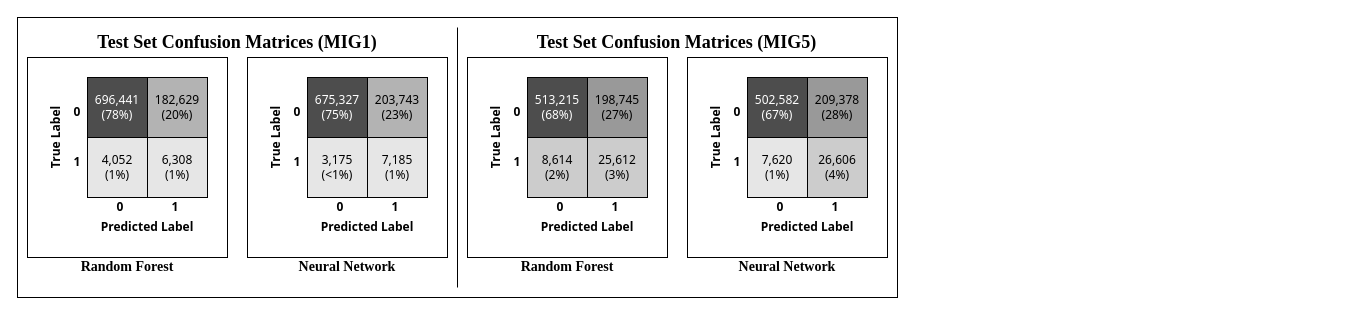
drewgjerstad/mozambique-migration-analysis keeps this draw.io diagram as assets/confusion-matrices.drawio. Above is the earlier version. Source tidied: cells renumbered, new cells numbered last; positions are measured from the earlier drawing's top-left corner, leaving out a move shared by most shapes. Both pictures are drawn from the tidied source at 100%, with x=0, y=0 at pixel (16, 17).
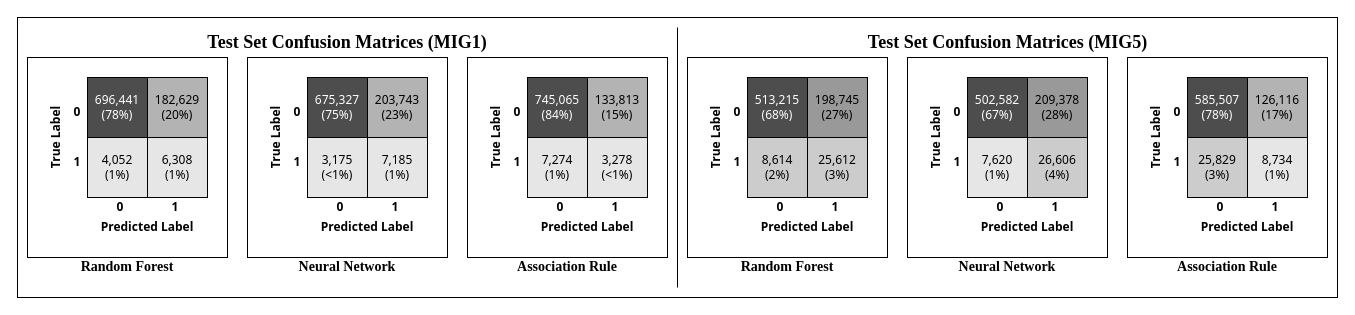
After the change.

Commit message:
Update confusion matrices

Diff of the diagram source:
```diff
@@
     <mxCell id="2" style="whiteSpace=wrap;html=1;" parent="1" vertex="1">
-      <mxGeometry x="1" width="880" height="280" as="geometry" />
+      <mxGeometry x="1" width="1320" height="280" as="geometry" />
     </mxCell>
     <mxCell id="3" style="edgeStyle=none;html=1;endArrow=none;endFill=0;" parent="1" edge="1">
       <mxGeometry relative="1" as="geometry">
-        <mxPoint x="441" y="10" as="sourcePoint" />
-        <mxPoint x="441" y="270" as="targetPoint" />
+        <mxPoint x="661" y="10" as="sourcePoint" />
+        <mxPoint x="661" y="270" as="targetPoint" />
       </mxGeometry>
     </mxCell>
@@
     <mxCell id="6" value="Test Set Confusion Matrices (MIG1)" style="text;strokeColor=none;align=center;fillColor=none;html=1;verticalAlign=middle;whiteSpace=wrap;rounded=0;fontFamily=Times New Roman;fontSize=18;fontColor=default;labelBackgroundColor=none;fontStyle=1;" parent="1" vertex="1">
-      <mxGeometry x="11" y="10" width="420" height="30" as="geometry" />
+      <mxGeometry x="121" y="10" width="420" height="30" as="geometry" />
     </mxCell>
     <mxCell id="7" value="Random Forest" style="text;strokeColor=none;align=center;fillColor=none;html=1;verticalAlign=middle;whiteSpace=wrap;rounded=0;fontFamily=Times New Roman;fontSize=14;fontColor=default;labelBackgroundColor=none;fontStyle=1;" parent="1" vertex="1">
-      <mxGeometry x="451" y="240" width="200" height="20" as="geometry" />
+      <mxGeometry x="671" y="240" width="200" height="20" as="geometry" />
     </mxCell>
     <mxCell id="8" value="Neural Network" style="text;strokeColor=none;align=center;fillColor=none;html=1;verticalAlign=middle;whiteSpace=wrap;rounded=0;fontFamily=Times New Roman;fontSize=14;fontColor=default;labelBackgroundColor=none;fontStyle=1;" parent="1" vertex="1">
-      <mxGeometry x="671" y="240" width="200" height="20" as="geometry" />
+      <mxGeometry x="891" y="240" width="200" height="20" as="geometry" />
     </mxCell>
     <mxCell id="9" value="Test Set Confusion Matrices (MIG5)" style="text;strokeColor=none;align=center;fillColor=none;html=1;verticalAlign=middle;whiteSpace=wrap;rounded=0;fontFamily=Times New Roman;fontSize=18;fontColor=default;labelBackgroundColor=none;fontStyle=1;" parent="1" vertex="1">
-      <mxGeometry x="450.3" y="10" width="420.7" height="30" as="geometry" />
+      <mxGeometry x="780.6" y="10" width="420.7" height="30" as="geometry" />
     </mxCell>
@@
     <mxCell id="38" style="group;" parent="1" vertex="1">
-      <mxGeometry x="451" y="40" width="200" height="200" as="geometry" />
+      <mxGeometry x="671" y="40" width="200" height="200" as="geometry" />
     </mxCell>
@@
     <mxCell id="52" style="group;" parent="1" vertex="1">
-      <mxGeometry x="671" y="40" width="200" height="200" as="geometry" />
+      <mxGeometry x="891" y="40" width="200" height="200" as="geometry" />
     </mxCell>
@@
+    <mxCell id="66" style="group;" parent="1" vertex="1">
+      <mxGeometry x="451" y="40" width="200" height="200" as="geometry" />
+    </mxCell>
+    <mxCell id="67" style="whiteSpace=wrap;html=1;" parent="66" vertex="1">
+      <mxGeometry width="200" height="200" as="geometry" />
+    </mxCell>
+    <mxCell id="68" style="group;" parent="66" vertex="1">
+      <mxGeometry x="19" y="20" width="161" height="160" as="geometry" />
+    </mxCell>
+    <mxCell id="69" value="True Label" style="text;strokeColor=none;align=center;fillColor=none;html=1;verticalAlign=middle;whiteSpace=wrap;rounded=0;rotation=-90;fontFamily=Tahoma;fontStyle=1;" parent="68" vertex="1">
+      <mxGeometry x="-30" y="50" width="80" height="20" as="geometry" />
+    </mxCell>
+    <mxCell id="70" value="Predicted Label" style="text;strokeColor=none;align=center;fillColor=none;html=1;verticalAlign=middle;whiteSpace=wrap;rounded=0;rotation=0;fontFamily=Tahoma;fontStyle=1;" parent="68" vertex="1">
+      <mxGeometry x="46" y="140" width="110" height="20" as="geometry" />
+    </mxCell>
+    <mxCell id="71" value="0" style="text;strokeColor=none;align=center;fillColor=none;html=1;verticalAlign=middle;whiteSpace=wrap;rounded=0;rotation=0;fontFamily=Tahoma;fontStyle=1;" parent="68" vertex="1">
+      <mxGeometry x="63.5" y="120" width="20" height="20" as="geometry" />
+    </mxCell>
+    <mxCell id="72" value="0" style="text;strokeColor=none;align=center;fillColor=none;html=1;verticalAlign=middle;whiteSpace=wrap;rounded=0;rotation=0;fontFamily=Tahoma;fontStyle=1;" parent="68" vertex="1">
+      <mxGeometry x="21" y="25" width="20" height="20" as="geometry" />
+    </mxCell>
+    <mxCell id="73" value="1" style="text;strokeColor=none;align=center;fillColor=none;html=1;verticalAlign=middle;whiteSpace=wrap;rounded=0;rotation=0;fontFamily=Tahoma;fontStyle=1;" parent="68" vertex="1">
+      <mxGeometry x="118.5" y="120" width="20" height="20" as="geometry" />
+    </mxCell>
+    <mxCell id="74" value="1" style="text;strokeColor=none;align=center;fillColor=none;html=1;verticalAlign=middle;whiteSpace=wrap;rounded=0;rotation=0;fontFamily=Tahoma;fontStyle=1;" parent="68" vertex="1">
+      <mxGeometry x="21" y="75" width="20" height="20" as="geometry" />
+    </mxCell>
+    <mxCell id="75" style="whiteSpace=wrap;html=1;" parent="68" vertex="1">
+      <mxGeometry x="41" width="120" height="120" as="geometry" />
+    </mxCell>
+    <mxCell id="76" value="745,065&lt;br&gt;&lt;div&gt;&lt;font style=&quot;color: rgb(255, 255, 255);&quot;&gt;(84%)&lt;/font&gt;&lt;/div&gt;" style="whiteSpace=wrap;html=1;fontFamily=Tahoma;fontColor=#FFFFFF;fillColor=#4D4D4D;" parent="68" vertex="1">
+      <mxGeometry x="41" width="60" height="60" as="geometry" />
+    </mxCell>
+    <mxCell id="77" value="&lt;font style=&quot;color: rgb(0, 0, 0);&quot;&gt;133,813&lt;/font&gt;&lt;div&gt;&lt;font style=&quot;color: rgb(0, 0, 0);&quot;&gt;(15%)&lt;/font&gt;&lt;/div&gt;" style="whiteSpace=wrap;html=1;fontFamily=Tahoma;fillColor=#B3B3B3;" parent="68" vertex="1">
+      <mxGeometry x="101" width="60" height="60" as="geometry" />
+    </mxCell>
+    <mxCell id="78" value="3,278&lt;br&gt;&lt;div&gt;&lt;font style=&quot;color: rgb(0, 0, 0);&quot;&gt;(&amp;lt;1%)&lt;/font&gt;&lt;/div&gt;" style="whiteSpace=wrap;html=1;fontFamily=Tahoma;fillColor=#E6E6E6;" parent="68" vertex="1">
+      <mxGeometry x="101" y="60" width="60" height="60" as="geometry" />
+    </mxCell>
+    <mxCell id="79" value="7,274&lt;br&gt;&lt;div&gt;&lt;font style=&quot;color: rgb(0, 0, 0);&quot;&gt;(1%)&lt;/font&gt;&lt;/div&gt;" style="whiteSpace=wrap;html=1;fontFamily=Tahoma;fillColor=#E6E6E6;" parent="68" vertex="1">
+      <mxGeometry x="41" y="60" width="60" height="60" as="geometry" />
+    </mxCell>
+    <mxCell id="80" style="group;" parent="1" vertex="1">
+      <mxGeometry x="1111" y="40" width="200" height="200" as="geometry" />
+    </mxCell>
+    <mxCell id="81" style="whiteSpace=wrap;html=1;" parent="80" vertex="1">
+      <mxGeometry width="200" height="200" as="geometry" />
+    </mxCell>
+    <mxCell id="82" style="group;" parent="80" vertex="1">
+      <mxGeometry x="19" y="20" width="161" height="160" as="geometry" />
+    </mxCell>
+    <mxCell id="83" value="True Label" style="text;strokeColor=none;align=center;fillColor=none;html=1;verticalAlign=middle;whiteSpace=wrap;rounded=0;rotation=-90;fontFamily=Tahoma;fontStyle=1;" parent="82" vertex="1">
+      <mxGeometry x="-30" y="50" width="80" height="20" as="geometry" />
+    </mxCell>
+    <mxCell id="84" value="Predicted Label" style="text;strokeColor=none;align=center;fillColor=none;html=1;verticalAlign=middle;whiteSpace=wrap;rounded=0;rotation=0;fontFamily=Tahoma;fontStyle=1;" parent="82" vertex="1">
+      <mxGeometry x="46" y="140" width="110" height="20" as="geometry" />
+    </mxCell>
+    <mxCell id="85" value="0" style="text;strokeColor=none;align=center;fillColor=none;html=1;verticalAlign=middle;whiteSpace=wrap;rounded=0;rotation=0;fontFamily=Tahoma;fontStyle=1;" parent="82" vertex="1">
+      <mxGeometry x="63.5" y="120" width="20" height="20" as="geometry" />
+    </mxCell>
+    <mxCell id="86" value="0" style="text;strokeColor=none;align=center;fillColor=none;html=1;verticalAlign=middle;whiteSpace=wrap;rounded=0;rotation=0;fontFamily=Tahoma;fontStyle=1;" parent="82" vertex="1">
+      <mxGeometry x="21" y="25" width="20" height="20" as="geometry" />
+    </mxCell>
+    <mxCell id="87" value="1" style="text;strokeColor=none;align=center;fillColor=none;html=1;verticalAlign=middle;whiteSpace=wrap;rounded=0;rotation=0;fontFamily=Tahoma;fontStyle=1;" parent="82" vertex="1">
+      <mxGeometry x="118.5" y="120" width="20" height="20" as="geometry" />
+    </mxCell>
+    <mxCell id="88" value="1" style="text;strokeColor=none;align=center;fillColor=none;html=1;verticalAlign=middle;whiteSpace=wrap;rounded=0;rotation=0;fontFamily=Tahoma;fontStyle=1;" parent="82" vertex="1">
+      <mxGeometry x="21" y="75" width="20" height="20" as="geometry" />
+    </mxCell>
+    <mxCell id="89" style="whiteSpace=wrap;html=1;" parent="82" vertex="1">
+      <mxGeometry x="41" width="120" height="120" as="geometry" />
+    </mxCell>
+    <mxCell id="90" value="&lt;font style=&quot;color: rgb(255, 255, 255);&quot;&gt;585,507&lt;/font&gt;&lt;div&gt;&lt;font style=&quot;color: rgb(255, 255, 255);&quot;&gt;(78%)&lt;/font&gt;&lt;/div&gt;" style="whiteSpace=wrap;html=1;fontFamily=Tahoma;fontColor=#FFFFFF;fillColor=#4D4D4D;" parent="82" vertex="1">
+      <mxGeometry x="41" width="60" height="60" as="geometry" />
+    </mxCell>
+    <mxCell id="91" value="&lt;font style=&quot;color: rgb(0, 0, 0);&quot;&gt;126,116&lt;/font&gt;&lt;div&gt;&lt;font style=&quot;color: rgb(0, 0, 0);&quot;&gt;(17%)&lt;/font&gt;&lt;/div&gt;" style="whiteSpace=wrap;html=1;fontFamily=Tahoma;fillColor=#B3B3B3;" parent="82" vertex="1">
+      <mxGeometry x="101" width="60" height="60" as="geometry" />
+    </mxCell>
+    <mxCell id="92" value="&lt;font style=&quot;color: rgb(0, 0, 0);&quot;&gt;8,734&lt;/font&gt;&lt;div&gt;&lt;font style=&quot;color: rgb(0, 0, 0);&quot;&gt;(1%)&lt;/font&gt;&lt;/div&gt;" style="whiteSpace=wrap;html=1;fontFamily=Tahoma;fillColor=#E6E6E6;" parent="82" vertex="1">
+      <mxGeometry x="101" y="60" width="60" height="60" as="geometry" />
+    </mxCell>
+    <mxCell id="93" value="25,829&lt;br&gt;&lt;div&gt;&lt;font style=&quot;color: rgb(0, 0, 0);&quot;&gt;(3%)&lt;/font&gt;&lt;/div&gt;" style="whiteSpace=wrap;html=1;fontFamily=Tahoma;fillColor=#CCCCCC;" parent="82" vertex="1">
+      <mxGeometry x="41" y="60" width="60" height="60" as="geometry" />
+    </mxCell>
+    <mxCell id="94" value="Association Rule" style="text;strokeColor=none;align=center;fillColor=none;html=1;verticalAlign=middle;whiteSpace=wrap;rounded=0;fontFamily=Times New Roman;fontSize=14;fontColor=default;labelBackgroundColor=none;fontStyle=1;" parent="1" vertex="1">
+      <mxGeometry x="451" y="240" width="200" height="20" as="geometry" />
+    </mxCell>
+    <mxCell id="95" value="Association Rule" style="text;strokeColor=none;align=center;fillColor=none;html=1;verticalAlign=middle;whiteSpace=wrap;rounded=0;fontFamily=Times New Roman;fontSize=14;fontColor=default;labelBackgroundColor=none;fontStyle=1;" parent="1" vertex="1">
+      <mxGeometry x="1111" y="240" width="200" height="20" as="geometry" />
+    </mxCell>
```
